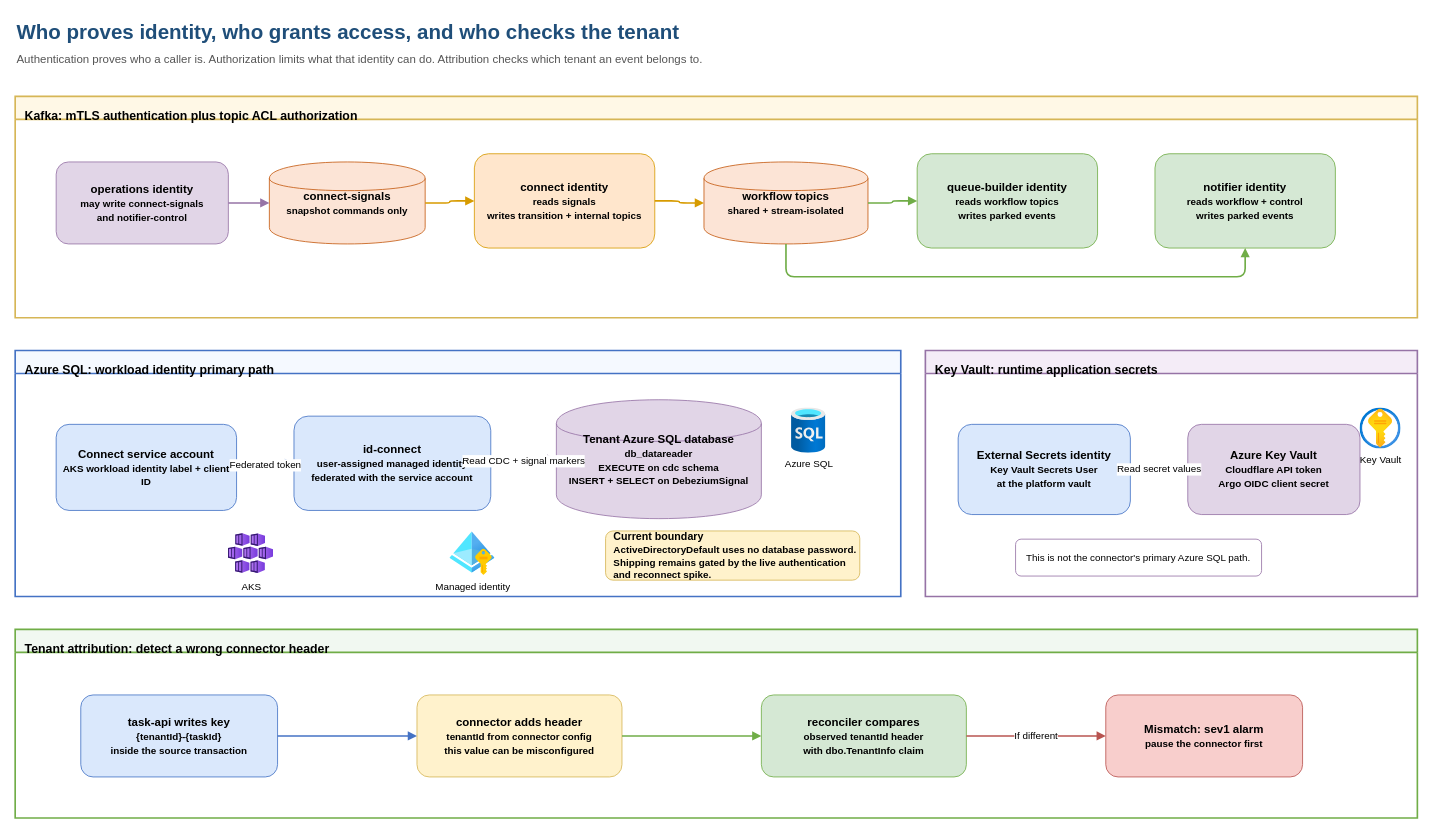
collaborationwithothers/cdc-platform-azure keeps this draw.io diagram as docs/diagrams/identity-permissions.drawio. Above is the earlier version. Source tidied: cells renumbered, new cells numbered last; positions are measured from the earlier drawing's top-left corner, leaving out a move shared by most shapes. Both pictures are drawn from the tidied source at 82%, with x=0, y=0 at pixel (15, 14).
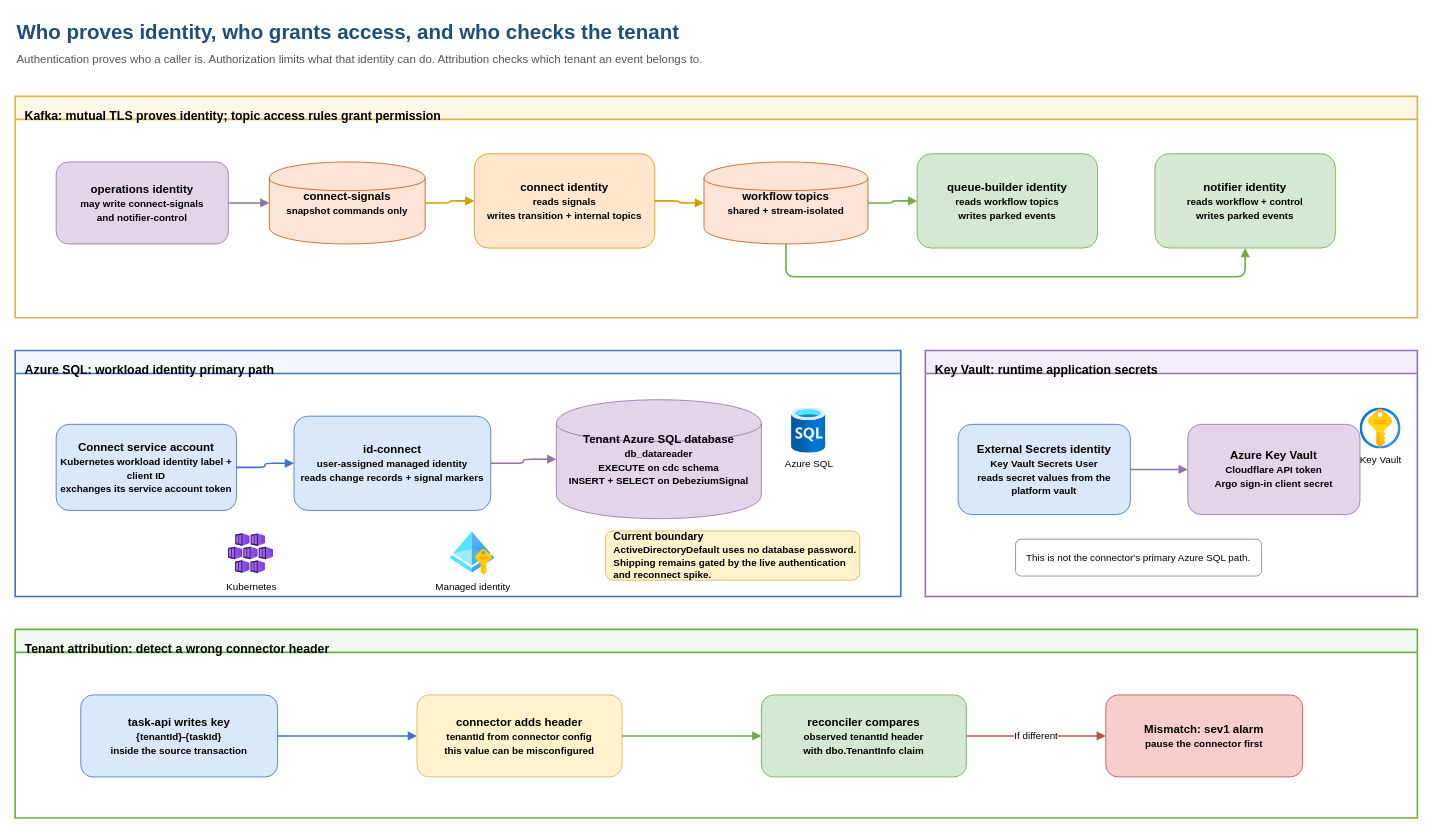
After the change.

The change refers to these unchanged cells:
```xml
<mxCell id="8" value="workflow topics&lt;br&gt;&lt;font style=&quot;font-size:12px&quot;&gt;shared + stream-isolated&lt;/font&gt;" style="shape=cylinder;whiteSpace=wrap;html=1;fillColor=#fce4d6;strokeColor=#c55a11;fontSize=14;fontStyle=1;" parent="1" vertex="1">
  <mxGeometry x="840" y="180" width="200" height="100" as="geometry" />
</mxCell>
<mxCell id="10" value="notifier identity&lt;br&gt;&lt;font style=&quot;font-size:12px&quot;&gt;reads workflow + control&lt;br&gt;writes parked events&lt;/font&gt;" style="rounded=1;whiteSpace=wrap;html=1;fillColor=#d5e8d4;strokeColor=#70ad47;fontSize=14;fontStyle=1;" parent="1" vertex="1">
  <mxGeometry x="1390" y="170" width="220" height="115" as="geometry" />
</mxCell>
<mxCell id="14" value="Tenant Azure SQL database&lt;br&gt;&lt;font style=&quot;font-size:12px&quot;&gt;db_datareader&lt;br&gt;EXECUTE on cdc schema&lt;br&gt;INSERT + SELECT on DebeziumSignal&lt;/font&gt;" style="shape=cylinder;whiteSpace=wrap;html=1;fillColor=#e1d5e7;strokeColor=#9673a6;fontSize=14;fontStyle=1;" parent="1" vertex="1">
  <mxGeometry x="660" y="470" width="250" height="145" as="geometry" />
</mxCell>
```

Change to the diagram source:
```diff
@@
-    <mxCell id="4" value="Kafka: mTLS authentication plus topic ACL authorization" style="swimlane;startSize=28;whiteSpace=wrap;html=1;fillColor=#fff8e6;strokeColor=#d6b656;strokeWidth=2;verticalAlign=top;align=left;spacingLeft=10;spacingTop=8;fontSize=15;fontStyle=1;" parent="1" vertex="1">
+    <mxCell id="4" value="Kafka: mutual TLS proves identity; topic access rules grant permission" style="swimlane;startSize=28;whiteSpace=wrap;html=1;fillColor=#fff8e6;strokeColor=#d6b656;strokeWidth=2;verticalAlign=top;align=left;spacingLeft=10;spacingTop=8;fontSize=15;fontStyle=1;" parent="1" vertex="1">
       <mxGeometry y="100" width="1710" height="270" as="geometry" />
     </mxCell>
@@
-    <mxCell id="12" value="Connect service account&lt;br&gt;&lt;font style=&quot;font-size:12px&quot;&gt;AKS workload identity label + client ID&lt;/font&gt;" style="rounded=1;whiteSpace=wrap;html=1;fillColor=#dae8fc;strokeColor=#4472c4;fontSize=14;fontStyle=1;" parent="1" vertex="1">
+    <mxCell id="12" value="Connect service account&lt;br&gt;&lt;font style=&quot;font-size:12px&quot;&gt;Kubernetes workload identity label + client ID&lt;br&gt;exchanges its service account token&lt;/font&gt;" style="rounded=1;whiteSpace=wrap;html=1;fillColor=#dae8fc;strokeColor=#4472c4;fontSize=14;fontStyle=1;" parent="1" vertex="1">
       <mxGeometry x="50" y="500" width="220" height="105" as="geometry" />
     </mxCell>
-    <mxCell id="13" value="id-connect&lt;br&gt;&lt;font style=&quot;font-size:12px&quot;&gt;user-assigned managed identity&lt;br&gt;federated with the service account&lt;/font&gt;" style="rounded=1;whiteSpace=wrap;html=1;fillColor=#dae8fc;strokeColor=#4472c4;fontSize=14;fontStyle=1;" parent="1" vertex="1">
+    <mxCell id="13" value="id-connect&lt;br&gt;&lt;font style=&quot;font-size:12px&quot;&gt;user-assigned managed identity&lt;br&gt;reads change records + signal markers&lt;/font&gt;" style="rounded=1;whiteSpace=wrap;html=1;fillColor=#dae8fc;strokeColor=#4472c4;fontSize=14;fontStyle=1;" parent="1" vertex="1">
       <mxGeometry x="340" y="490" width="240" height="115" as="geometry" />
     </mxCell>
@@
-    <mxCell id="16" value="AKS" style="shape=image;html=1;verticalLabelPosition=bottom;verticalAlign=top;align=center;fontSize=12;image=img/lib/azure2/containers/Kubernetes_Services.svg;" parent="1" vertex="1">
+    <mxCell id="16" value="Kubernetes" style="shape=image;html=1;verticalLabelPosition=bottom;verticalAlign=top;align=center;fontSize=12;image=img/lib/azure2/containers/Kubernetes_Services.svg;" parent="1" vertex="1">
       <mxGeometry x="260" y="630" width="55" height="55" as="geometry" />
     </mxCell>
@@
-    <mxCell id="20" value="External Secrets identity&lt;br&gt;&lt;font style=&quot;font-size:12px&quot;&gt;Key Vault Secrets User&lt;br&gt;at the platform vault&lt;/font&gt;" style="rounded=1;whiteSpace=wrap;html=1;fillColor=#dae8fc;strokeColor=#4472c4;fontSize=14;fontStyle=1;" parent="1" vertex="1">
+    <mxCell id="20" value="External Secrets identity&lt;br&gt;&lt;font style=&quot;font-size:12px&quot;&gt;Key Vault Secrets User&lt;br&gt;reads secret values from the platform vault&lt;/font&gt;" style="rounded=1;whiteSpace=wrap;html=1;fillColor=#dae8fc;strokeColor=#4472c4;fontSize=14;fontStyle=1;" parent="1" vertex="1">
       <mxGeometry x="1150" y="500" width="210" height="110" as="geometry" />
     </mxCell>
-    <mxCell id="21" value="Azure Key Vault&lt;br&gt;&lt;font style=&quot;font-size:12px&quot;&gt;Cloudflare API token&lt;br&gt;Argo OIDC client secret&lt;/font&gt;" style="rounded=1;whiteSpace=wrap;html=1;fillColor=#e1d5e7;strokeColor=#9673a6;fontSize=14;fontStyle=1;" parent="1" vertex="1">
+    <mxCell id="21" value="Azure Key Vault&lt;br&gt;&lt;font style=&quot;font-size:12px&quot;&gt;Cloudflare API token&lt;br&gt;Argo sign-in client secret&lt;/font&gt;" style="rounded=1;whiteSpace=wrap;html=1;fillColor=#e1d5e7;strokeColor=#9673a6;fontSize=14;fontStyle=1;" parent="1" vertex="1">
       <mxGeometry x="1430" y="500" width="210" height="110" as="geometry" />
     </mxCell>
@@
-    <mxCell id="33" style="edgeStyle=orthogonalEdgeStyle;rounded=1;html=1;strokeColor=#70ad47;strokeWidth=2;endArrow=block;flowAnimation=1;exitX=0.5;exitY=1;entryX=0.5;entryY=1;exitX=0.5;exitY=1.0;exitDx=0;exitDy=0;exitPerimeter=0;entryX=0.5;entryY=1.0;entryDx=0;entryDy=0;entryPerimeter=0;" parent="1" edge="1" source="8" target="10">
+    <mxCell id="33" style="edgeStyle=orthogonalEdgeStyle;rounded=1;html=1;strokeColor=#70ad47;strokeWidth=2;endArrow=block;flowAnimation=1;exitX=0.5;exitY=1;entryX=0.5;entryY=1;exitX=0.5;exitY=1.0;exitDx=0;exitDy=0;exitPerimeter=0;entryX=0.5;entryY=1.0;entryDx=0;entryDy=0;entryPerimeter=0;exitX=0.5;exitY=1.0;exitDx=0;exitDy=0;exitPerimeter=0;entryX=0.5;entryY=1.0;entryDx=0;entryDy=0;entryPerimeter=0;exitX=0.5;exitY=1.0;exitDx=0;exitDy=0;exitPerimeter=0;entryX=0.5;entryY=1.0;entryDx=0;entryDy=0;entryPerimeter=0;exitX=0.5;exitY=1.0;exitDx=0;exitDy=0;exitPerimeter=0;entryX=0.5;entryY=1.0;entryDx=0;entryDy=0;entryPerimeter=0;" parent="1" edge="1" source="8" target="10">
       <mxGeometry relative="1" as="geometry">
         <Array as="points">
           <mxPoint x="940" y="320" />
           <mxPoint x="1500" y="320" />
         </Array>
       </mxGeometry>
     </mxCell>
-    <mxCell id="34" value="Federated token" style="edgeStyle=orthogonalEdgeStyle;rounded=1;html=1;strokeColor=#4472c4;strokeWidth=2;endArrow=block;flowAnimation=1;fontSize=12;" parent="1" edge="1" source="12" target="13">
+    <mxCell id="34" style="edgeStyle=orthogonalEdgeStyle;rounded=1;html=1;strokeColor=#4472c4;strokeWidth=2;endArrow=block;flowAnimation=1;fontSize=12;labelBackgroundColor=#ffffff;" parent="1" edge="1" source="12" target="13">
       <mxGeometry relative="1" as="geometry" />
     </mxCell>
-    <mxCell id="35" value="Read CDC + signal markers" style="edgeStyle=orthogonalEdgeStyle;rounded=1;html=1;strokeColor=#9673a6;strokeWidth=2;endArrow=block;flowAnimation=1;fontSize=12;" parent="1" edge="1" source="13" target="14">
+    <mxCell id="35" style="edgeStyle=orthogonalEdgeStyle;rounded=1;html=1;strokeColor=#9673a6;strokeWidth=2;endArrow=block;flowAnimation=1;fontSize=12;labelBackgroundColor=#ffffff;" parent="1" edge="1" source="13" target="14">
       <mxGeometry relative="1" as="geometry" />
     </mxCell>
-    <mxCell id="36" value="Read secret values" style="edgeStyle=orthogonalEdgeStyle;rounded=1;html=1;strokeColor=#9673a6;strokeWidth=2;endArrow=block;flowAnimation=1;fontSize=12;" parent="1" edge="1" source="20" target="21">
+    <mxCell id="36" style="edgeStyle=orthogonalEdgeStyle;rounded=1;html=1;strokeColor=#9673a6;strokeWidth=2;endArrow=block;flowAnimation=1;fontSize=12;labelBackgroundColor=#ffffff;" parent="1" edge="1" source="20" target="21">
       <mxGeometry relative="1" as="geometry" />
     </mxCell>
```
